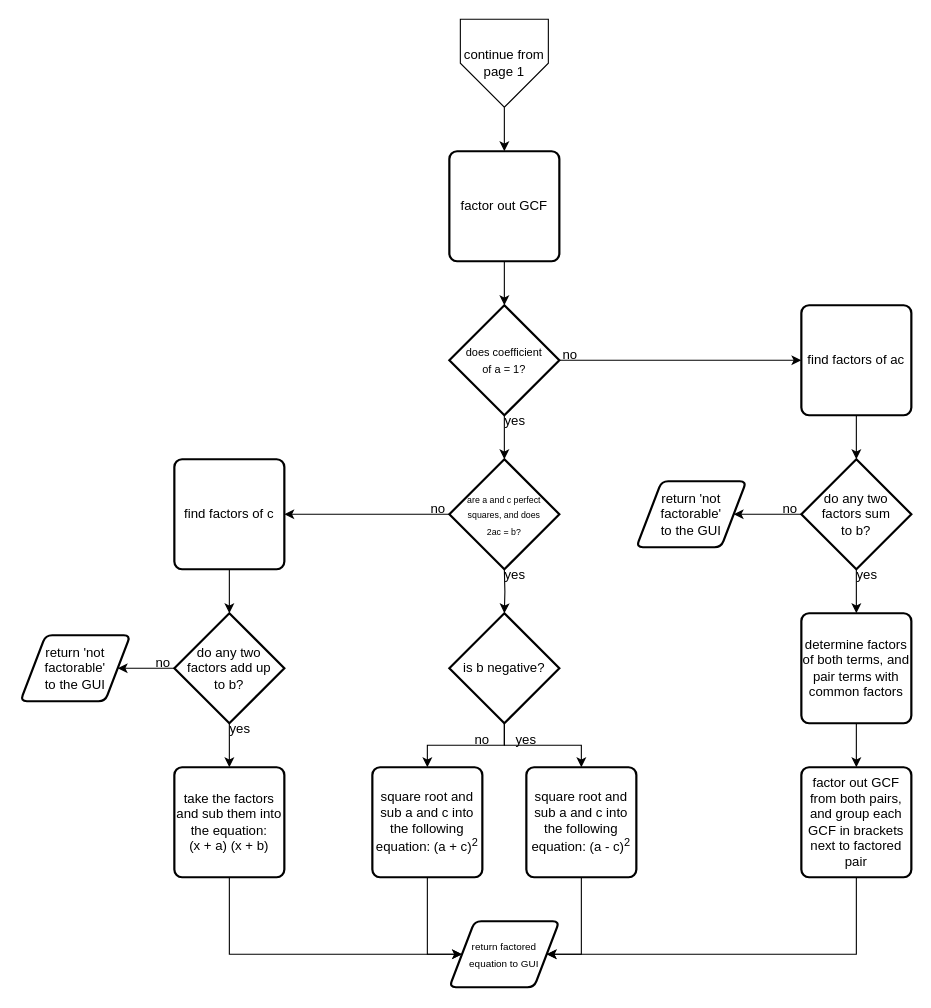
This is page "Page-3" (3 of 4) of important stuff/factoring parser logic.drawio from destroyer183/calculator-stuff, a draw.io file, before an edit. Source tidied: cells renumbered, new cells numbered last; positions are measured from the earlier drawing's top-left corner, leaving out a move shared by most shapes. Both pictures are drawn from the tidied source at 110%, with x=0, y=0 at pixel (20, 19).
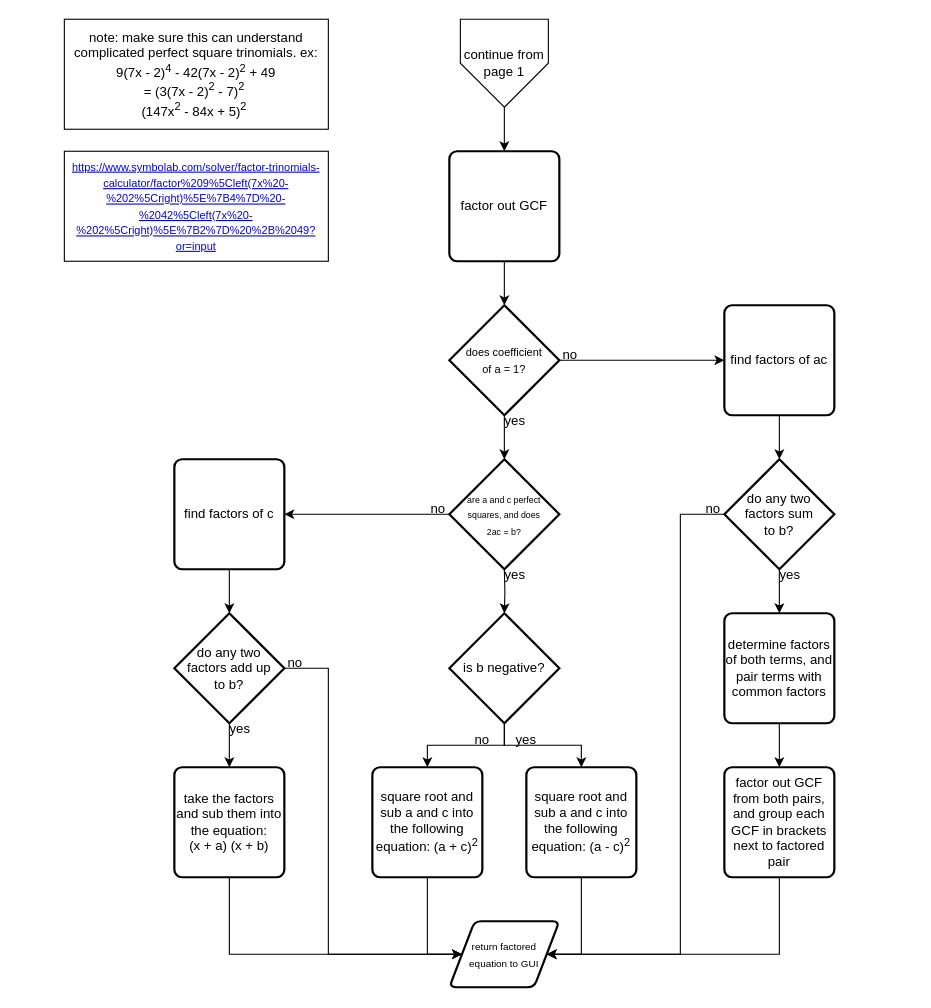
The same diagram, later.

Unchanged cells that the change refers to:
```xml
<mxCell id="16" value="&lt;font style=&quot;font-size: 9px;&quot;&gt;return factored&lt;br&gt;equation to GUI&lt;/font&gt;" style="shape=parallelogram;html=1;strokeWidth=2;perimeter=parallelogramPerimeter;whiteSpace=wrap;rounded=1;arcSize=12;size=0.23;" parent="1" vertex="1">
  <mxGeometry x="390" y="820" width="100" height="60" as="geometry" />
</mxCell>
<mxCell id="29" value="do any two&lt;br&gt;factors add up &lt;br&gt;to b?" style="strokeWidth=2;html=1;shape=mxgraph.flowchart.decision;whiteSpace=wrap;" parent="1" vertex="1">
  <mxGeometry x="140" y="540" width="100" height="100" as="geometry" />
</mxCell>
```

Diff of the diagram source:
```diff
@@
-    <mxCell id="28" style="edgeStyle=orthogonalEdgeStyle;rounded=0;jettySize=auto;html=1;" parent="1" edge="1" source="29" target="34">
-      <mxGeometry relative="1" as="geometry" />
-    </mxCell>
+    <mxCell id="48" style="edgeStyle=orthogonalEdgeStyle;rounded=0;jettySize=auto;html=1;entryX=0;entryY=0.5;entryDx=0;entryDy=0;" parent="1" edge="1" source="29" target="16">
+      <mxGeometry relative="1" as="geometry">
+        <Array as="points">
+          <mxPoint x="280" y="590" />
+          <mxPoint x="280" y="850" />
+        </Array>
+      </mxGeometry>
+    </mxCell>
@@
     <mxCell id="33" value="no" style="text;html=1;strokeColor=none;fillColor=none;align=center;verticalAlign=middle;whiteSpace=wrap;rounded=0;" parent="1" vertex="1">
-      <mxGeometry x="100" y="570" width="60" height="30" as="geometry" />
+      <mxGeometry x="220" y="570" width="60" height="30" as="geometry" />
     </mxCell>
-    <mxCell id="34" value="return 'not factorable'&lt;br&gt;to the GUI" style="shape=parallelogram;html=1;strokeWidth=2;perimeter=parallelogramPerimeter;whiteSpace=wrap;rounded=1;arcSize=12;size=0.23;" parent="1" vertex="1">
-      <mxGeometry y="560" width="100" height="60" as="geometry" />
-    </mxCell>
@@
     <mxCell id="36" value="find factors of ac" style="rounded=1;whiteSpace=wrap;html=1;absoluteArcSize=1;arcSize=14;strokeWidth=2;" parent="1" vertex="1">
-      <mxGeometry x="710" y="260" width="100" height="100" as="geometry" />
+      <mxGeometry x="640" y="260" width="100" height="100" as="geometry" />
     </mxCell>
@@
-    <mxCell id="38" style="edgeStyle=orthogonalEdgeStyle;rounded=0;jettySize=auto;html=1;entryX=1;entryY=0.5;entryDx=0;entryDy=0;" parent="1" edge="1" source="40" target="43">
-      <mxGeometry relative="1" as="geometry" />
+    <mxCell id="38" style="edgeStyle=orthogonalEdgeStyle;rounded=0;jettySize=auto;html=1;entryX=1;entryY=0.5;entryDx=0;entryDy=0;exitX=0;exitY=0.5;exitDx=0;exitDy=0;exitPerimeter=0;" parent="1" edge="1" source="40" target="16">
+      <mxGeometry relative="1" as="geometry">
+        <Array as="points">
+          <mxPoint x="600" y="450" />
+          <mxPoint x="600" y="850" />
+        </Array>
+      </mxGeometry>
     </mxCell>
@@
     <mxCell id="40" value="do any two&lt;br&gt;factors sum &lt;br&gt;to b?" style="strokeWidth=2;html=1;shape=mxgraph.flowchart.decision;whiteSpace=wrap;" parent="1" vertex="1">
-      <mxGeometry x="710" y="400" width="100" height="100" as="geometry" />
+      <mxGeometry x="640" y="400" width="100" height="100" as="geometry" />
     </mxCell>
@@
     <mxCell id="42" value="determine factors of both terms, and pair terms with common factors" style="rounded=1;whiteSpace=wrap;html=1;absoluteArcSize=1;arcSize=14;strokeWidth=2;" parent="1" vertex="1">
-      <mxGeometry x="710" y="540" width="100" height="100" as="geometry" />
+      <mxGeometry x="640" y="540" width="100" height="100" as="geometry" />
     </mxCell>
-    <mxCell id="43" value="return 'not factorable' &lt;br&gt;to the GUI" style="shape=parallelogram;html=1;strokeWidth=2;perimeter=parallelogramPerimeter;whiteSpace=wrap;rounded=1;arcSize=12;size=0.23;" parent="1" vertex="1">
-      <mxGeometry x="560" y="420" width="100" height="60" as="geometry" />
-    </mxCell>
     <mxCell id="44" value="no" style="text;html=1;strokeColor=none;fillColor=none;align=center;verticalAlign=middle;whiteSpace=wrap;rounded=0;" parent="1" vertex="1">
-      <mxGeometry x="670" y="430" width="60" height="30" as="geometry" />
+      <mxGeometry x="600" y="430" width="60" height="30" as="geometry" />
     </mxCell>
     <mxCell id="45" value="yes" style="text;html=1;strokeColor=none;fillColor=none;align=center;verticalAlign=middle;whiteSpace=wrap;rounded=0;" parent="1" vertex="1">
-      <mxGeometry x="740" y="490" width="60" height="30" as="geometry" />
+      <mxGeometry x="670" y="490" width="60" height="30" as="geometry" />
     </mxCell>
     <mxCell id="46" style="edgeStyle=orthogonalEdgeStyle;rounded=0;jettySize=auto;html=1;entryX=1;entryY=0.5;entryDx=0;entryDy=0;exitX=0.5;exitY=1;exitDx=0;exitDy=0;" parent="1" edge="1" source="47" target="16">
       <mxGeometry relative="1" as="geometry">
         <Array as="points">
-          <mxPoint x="760" y="850" />
+          <mxPoint x="690" y="850" />
         </Array>
       </mxGeometry>
     </mxCell>
     <mxCell id="47" value="factor out GCF from both pairs, and group each GCF in brackets next to factored pair" style="rounded=1;whiteSpace=wrap;html=1;absoluteArcSize=1;arcSize=14;strokeWidth=2;" parent="1" vertex="1">
-      <mxGeometry x="710" y="680" width="100" height="100" as="geometry" />
+      <mxGeometry x="640" y="680" width="100" height="100" as="geometry" />
     </mxCell>
+    <mxCell id="49" value="note: make sure this can understand complicated perfect square trinomials. ex: 9(7x - 2)&lt;sup&gt;4&lt;/sup&gt;&amp;nbsp;- 42(7x - 2)&lt;sup&gt;2&lt;/sup&gt;&amp;nbsp;+ 49&lt;br&gt;= (3(7x - 2)&lt;sup&gt;2&lt;/sup&gt;&amp;nbsp;- 7)&lt;sup&gt;2&lt;/sup&gt;&amp;nbsp;&lt;br&gt;(147x&lt;sup&gt;2&lt;/sup&gt;&amp;nbsp;- 84x + 5)&lt;sup&gt;2&lt;/sup&gt;&amp;nbsp;" style="rounded=0;whiteSpace=wrap;html=1;" parent="1" vertex="1">
+      <mxGeometry x="40" width="240" height="100" as="geometry" />
+    </mxCell>
+    <mxCell id="50" value="&lt;a style=&quot;border-color: var(--border-color);&quot; href=&quot;https://www.symbolab.com/solver/factor-trinomials-calculator/factor%209%5Cleft(7x%20-%202%5Cright)%5E%7B4%7D%20-%2042%5Cleft(7x%20-%202%5Cright)%5E%7B2%7D%20%2B%2049?or=input&quot;&gt;&lt;font style=&quot;font-size: 10px;&quot;&gt;https://www.symbolab.com/solver/factor-trinomials-calculator/factor%209%5Cleft(7x%20-%202%5Cright)%5E%7B4%7D%20-%2042%5Cleft(7x%20-%202%5Cright)%5E%7B2%7D%20%2B%2049?or=input&lt;/font&gt;&lt;/a&gt;" style="rounded=0;whiteSpace=wrap;html=1;" parent="1" vertex="1">
+      <mxGeometry x="40" y="120" width="240" height="100" as="geometry" />
+    </mxCell>
```
